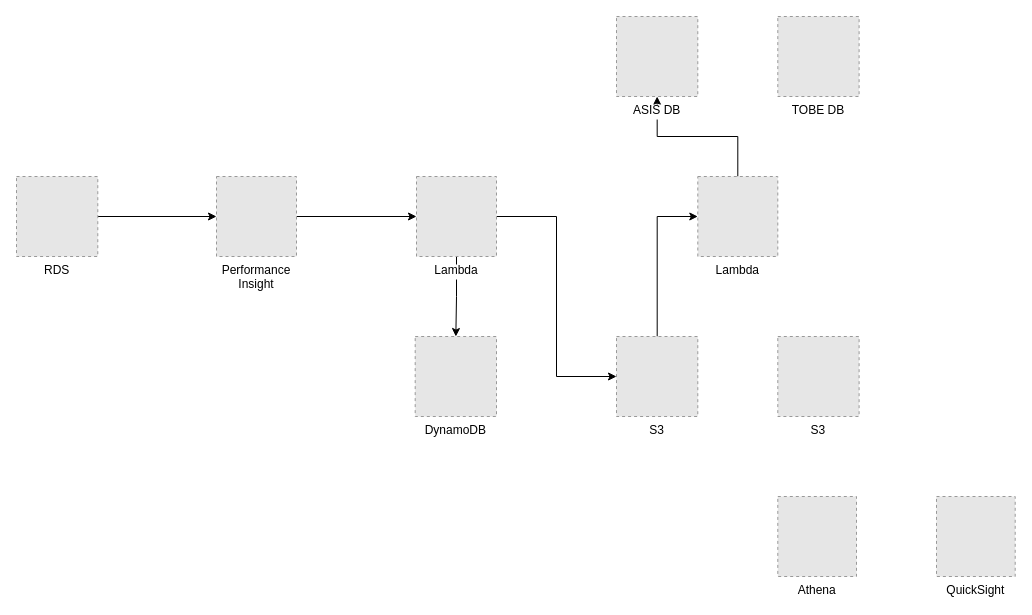
Above: SQL_PLAN.drawio in color275/draw.io (draw.io), before the change. Source tidied: cells renumbered, new cells numbered last; positions are measured from the earlier drawing's top-left corner, leaving out a move shared by most shapes. Both pictures are drawn from the tidied source at 100%, with x=0, y=0 at pixel (16, 16). Pictures stored in the file or linked from it are replaced by grey dashed boxes.
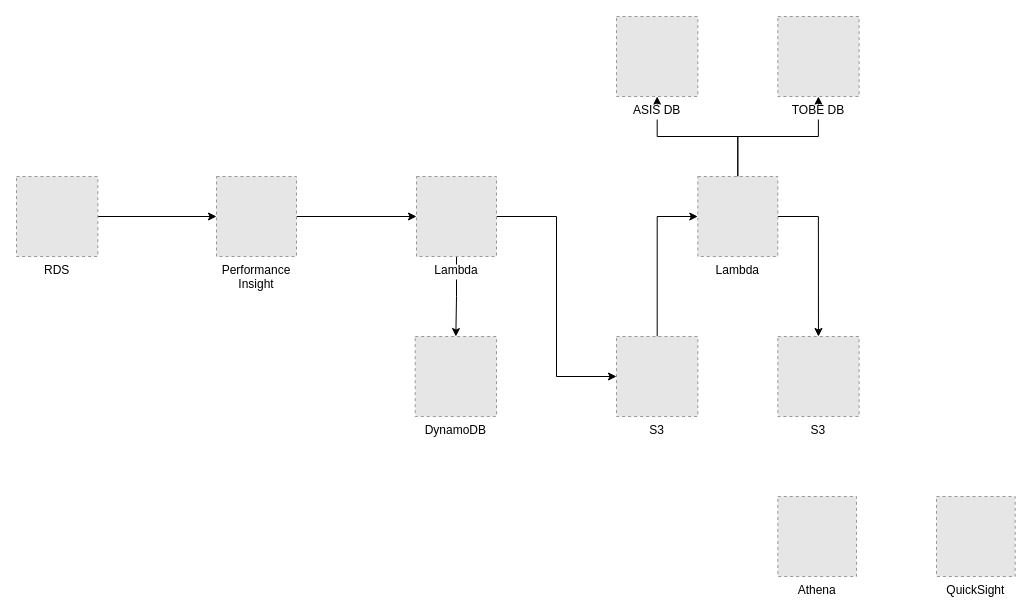
Above is the later version.

The change refers to these unchanged cells:
```xml
<mxCell id="13" value="Lambda" style="fillColor=#E6E6E6;strokeColor=#999999;dashed=1;verticalLabelPosition=bottom;labelBackgroundColor=default;verticalAlign=top;" parent="1" vertex="1">
  <mxGeometry x="681.3" y="160" width="80" height="80" as="geometry" />
</mxCell>
<mxCell id="14" value="S3" style="fillColor=#E6E6E6;strokeColor=#999999;dashed=1;verticalLabelPosition=bottom;labelBackgroundColor=default;verticalAlign=top;" parent="1" vertex="1">
  <mxGeometry x="761.3" y="320" width="81.3" height="80" as="geometry" />
</mxCell>
<mxCell id="17" value="TOBE DB" style="fillColor=#E6E6E6;strokeColor=#999999;dashed=1;verticalLabelPosition=bottom;labelBackgroundColor=default;verticalAlign=top;" parent="1" vertex="1">
  <mxGeometry x="761.3" width="81.3" height="80" as="geometry" />
</mxCell>
```

Diff of the diagram source:
```diff
@@
+    <mxCell id="19" style="edgeStyle=orthogonalEdgeStyle;rounded=0;jettySize=auto;html=1;" parent="1" edge="1" source="13" target="17">
+      <mxGeometry relative="1" as="geometry" />
+    </mxCell>
+    <mxCell id="20" style="edgeStyle=orthogonalEdgeStyle;rounded=0;jettySize=auto;html=1;entryX=0.5;entryY=0;entryDx=0;entryDy=0;" parent="1" edge="1" source="13" target="14">
+      <mxGeometry relative="1" as="geometry">
+        <Array as="points">
+          <mxPoint x="802" y="200" />
+        </Array>
+      </mxGeometry>
+    </mxCell>
```
